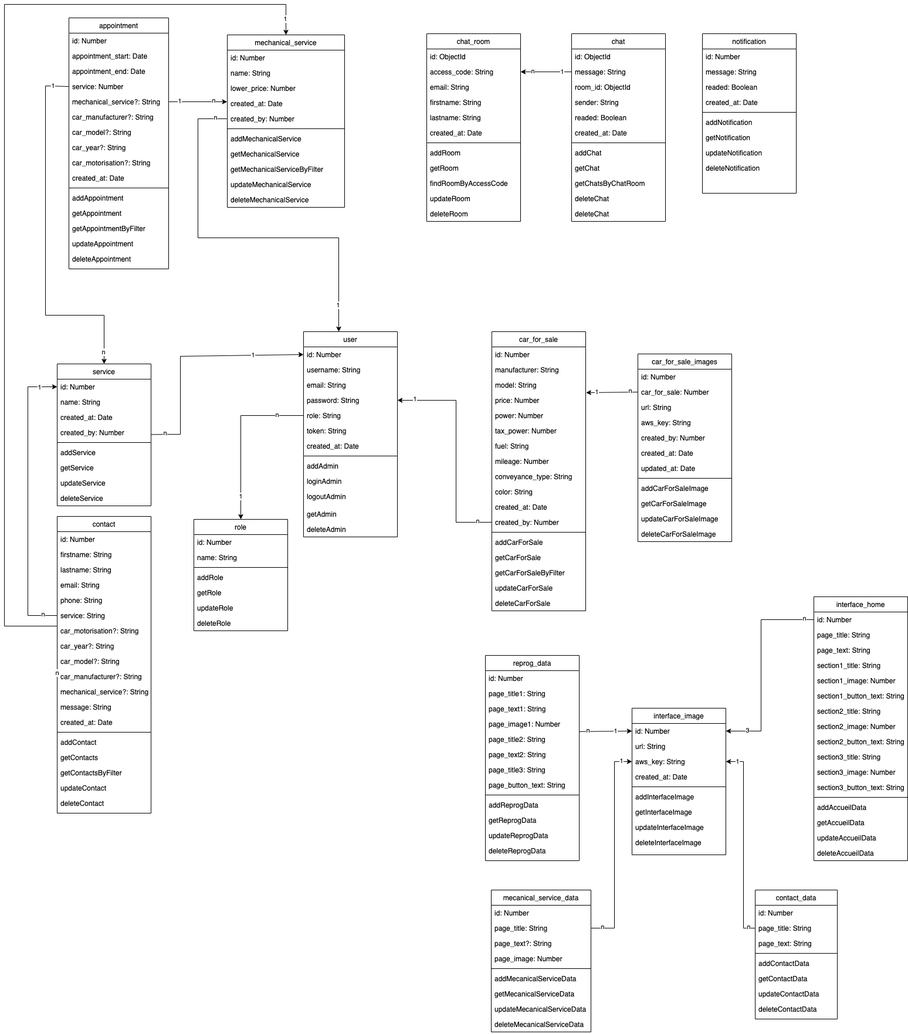
The draw.io diagram documentation/hephaistos-MCD.drawio.png in nsevendev/hephaistos, before a commit. Source tidied: cells renumbered, new cells last; positions are measured from the earlier drawing's top-left corner, leaving out a move shared by most shapes.
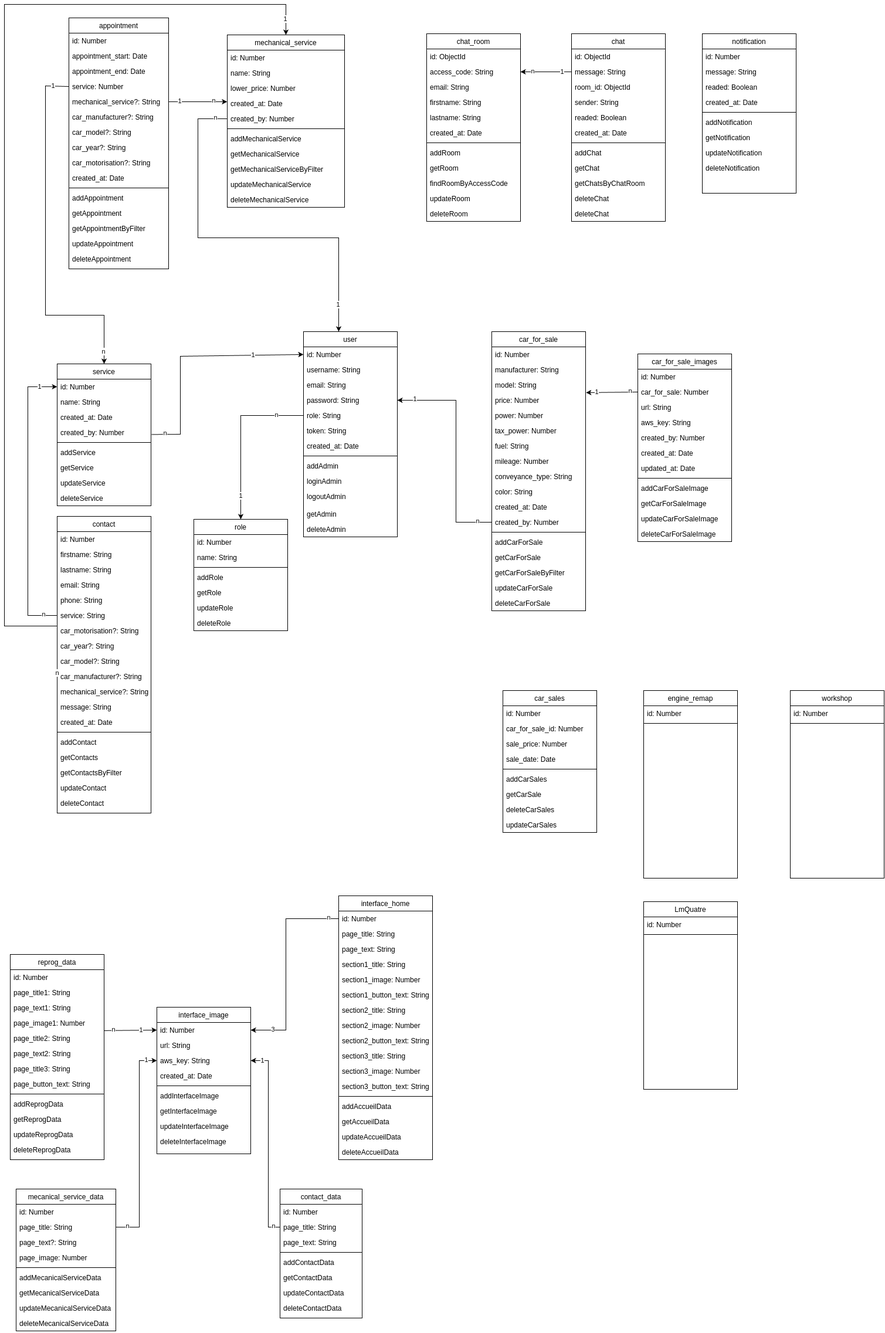
After the commit.

Commit message:
MCD => création entity car_sales

Diff of the diagram source:
```diff
@@ -614,7 +614,7 @@
       </mxGeometry>
     </mxCell>
     <mxCell id="181" value="interface_image" style="swimlane;fontStyle=0;align=center;verticalAlign=top;horizontal=1;startSize=26;rounded=0;shadow=0;strokeWidth=1;" parent="1" vertex="1">
-      <mxGeometry x="1070" y="1200" width="160" height="250" as="geometry" />
+      <mxGeometry x="260" y="1710" width="160" height="250" as="geometry" />
     </mxCell>
     <mxCell id="182" value="id: Number" style="text;align=left;verticalAlign=top;spacingLeft=4;spacingRight=4;overflow=hidden;points=[[0,0.5],[1,0.5]];portConstraint=eastwest;rounded=0;shadow=0;html=0;" parent="181" vertex="1">
       <mxGeometry y="26" width="160" height="26" as="geometry" />
@@ -644,7 +644,7 @@
       <mxGeometry y="216" width="160" height="26" as="geometry" />
     </mxCell>
     <mxCell id="191" value="interface_home" style="swimlane;fontStyle=0;align=center;verticalAlign=top;horizontal=1;startSize=26;rounded=0;shadow=0;strokeWidth=1;" parent="1" vertex="1">
-      <mxGeometry x="1380" y="1010" width="160" height="450" as="geometry" />
+      <mxGeometry x="570" y="1520" width="160" height="450" as="geometry" />
     </mxCell>
     <mxCell id="192" value="id: Number" style="text;align=left;verticalAlign=top;spacingLeft=4;spacingRight=4;overflow=hidden;points=[[0,0.5],[1,0.5]];portConstraint=eastwest;rounded=0;shadow=0;html=0;" parent="191" vertex="1">
       <mxGeometry y="26" width="160" height="26" as="geometry" />
@@ -700,8 +700,8 @@
     <mxCell id="209" style="endArrow=classic;html=1;rounded=0;exitX=0;exitY=0.5;exitDx=0;exitDy=0;entryX=1;entryY=0.5;entryDx=0;entryDy=0;" parent="1" edge="1" source="192" target="182">
       <mxGeometry relative="1" as="geometry">
         <Array as="points">
-          <mxPoint x="1290" y="1049" />
-          <mxPoint x="1290" y="1239" />
+          <mxPoint x="480" y="1559" />
+          <mxPoint x="480" y="1749" />
         </Array>
       </mxGeometry>
     </mxCell>
@@ -716,7 +716,7 @@
       </mxGeometry>
     </mxCell>
     <mxCell id="212" value="reprog_data" style="swimlane;fontStyle=0;align=center;verticalAlign=top;horizontal=1;startSize=26;rounded=0;shadow=0;strokeWidth=1;" parent="1" vertex="1">
-      <mxGeometry x="820" y="1110" width="160" height="350" as="geometry" />
+      <mxGeometry x="10" y="1620" width="160" height="350" as="geometry" />
     </mxCell>
     <mxCell id="213" value="id: Number" style="text;align=left;verticalAlign=top;spacingLeft=4;spacingRight=4;overflow=hidden;rounded=0;shadow=0;html=0;" parent="212" vertex="1">
       <mxGeometry y="26" width="160" height="26" as="geometry" />
@@ -771,7 +771,7 @@
       </mxGeometry>
     </mxCell>
     <mxCell id="229" value="mecanical_service_data" style="swimlane;fontStyle=0;align=center;verticalAlign=top;horizontal=1;startSize=26;rounded=0;shadow=0;strokeWidth=1;" parent="1" vertex="1">
-      <mxGeometry x="830" y="1510" width="170" height="242" as="geometry" />
+      <mxGeometry x="20" y="2020" width="170" height="242" as="geometry" />
     </mxCell>
     <mxCell id="230" value="id: Number" style="text;align=left;verticalAlign=top;spacingLeft=4;spacingRight=4;overflow=hidden;rounded=0;shadow=0;html=0;" parent="229" vertex="1">
       <mxGeometry y="26" width="170" height="26" as="geometry" />
@@ -803,8 +803,8 @@
     <mxCell id="239" style="endArrow=classic;html=1;rounded=0;exitX=1;exitY=0.5;exitDx=0;exitDy=0;entryX=0;entryY=0.5;entryDx=0;entryDy=0;" parent="1" edge="1" source="231" target="184">
       <mxGeometry relative="1" as="geometry">
         <Array as="points">
-          <mxPoint x="1040" y="1575" />
-          <mxPoint x="1040" y="1291" />
+          <mxPoint x="230" y="2085" />
+          <mxPoint x="230" y="1801" />
         </Array>
       </mxGeometry>
     </mxCell>
@@ -817,7 +817,7 @@
       <mxGeometry x="0.89" y="1" relative="1" as="geometry" />
     </mxCell>
     <mxCell id="242" value="contact_data" style="swimlane;fontStyle=0;align=center;verticalAlign=top;horizontal=1;startSize=26;rounded=0;shadow=0;strokeWidth=1;" parent="1" vertex="1">
-      <mxGeometry x="1280" y="1510" width="140" height="220" as="geometry" />
+      <mxGeometry x="470" y="2020" width="140" height="220" as="geometry" />
     </mxCell>
     <mxCell id="243" value="id: Number" style="text;align=left;verticalAlign=top;spacingLeft=4;spacingRight=4;overflow=hidden;rounded=0;shadow=0;html=0;" parent="242" vertex="1">
       <mxGeometry y="26" width="140" height="26" as="geometry" />
@@ -846,8 +846,8 @@
     <mxCell id="251" style="endArrow=classic;html=1;rounded=0;exitX=0;exitY=0.5;exitDx=0;exitDy=0;entryX=1;entryY=0.5;entryDx=0;entryDy=0;" parent="1" edge="1" source="244" target="184">
       <mxGeometry relative="1" as="geometry">
         <Array as="points">
-          <mxPoint x="1260" y="1575" />
-          <mxPoint x="1260" y="1291" />
+          <mxPoint x="450" y="2085" />
+          <mxPoint x="450" y="1801" />
         </Array>
       </mxGeometry>
     </mxCell>
@@ -859,5 +859,62 @@
         <mxPoint x="-3" as="offset" />
       </mxGeometry>
     </mxCell>
+    <mxCell id="254" value="engine_remap" style="swimlane;fontStyle=0;align=center;verticalAlign=top;horizontal=1;startSize=26;rounded=0;shadow=0;strokeWidth=1;" parent="1" vertex="1">
+      <mxGeometry x="1090" y="1170" width="160" height="320" as="geometry" />
+    </mxCell>
+    <mxCell id="255" value="id: Number" style="text;align=left;verticalAlign=top;spacingLeft=4;spacingRight=4;overflow=hidden;rounded=0;shadow=0;html=0;" parent="254" vertex="1">
+      <mxGeometry y="26" width="160" height="26" as="geometry" />
+    </mxCell>
+    <mxCell id="256" style="line;html=1;strokeWidth=1;align=left;verticalAlign=middle;spacingTop=-1;spacingLeft=3;spacingRight=3;labelPosition=right;" parent="254" vertex="1">
+      <mxGeometry y="52" width="160" height="8" as="geometry" />
+    </mxCell>
+    <mxCell id="257" value="car_sales" style="swimlane;fontStyle=0;align=center;verticalAlign=top;horizontal=1;startSize=26;rounded=0;shadow=0;strokeWidth=1;" parent="1" vertex="1">
+      <mxGeometry x="850" y="1170" width="160" height="242" as="geometry" />
+    </mxCell>
+    <mxCell id="258" value="id: Number" style="text;align=left;verticalAlign=top;spacingLeft=4;spacingRight=4;overflow=hidden;rounded=0;shadow=0;html=0;" parent="257" vertex="1">
+      <mxGeometry y="26" width="160" height="26" as="geometry" />
+    </mxCell>
+    <mxCell id="259" value="car_for_sale_id: Number" style="text;align=left;verticalAlign=top;spacingLeft=4;spacingRight=4;overflow=hidden;rounded=0;shadow=0;html=0;" parent="257" vertex="1">
+      <mxGeometry y="52" width="160" height="26" as="geometry" />
+    </mxCell>
+    <mxCell id="260" value="sale_price: Number" style="text;align=left;verticalAlign=top;spacingLeft=4;spacingRight=4;overflow=hidden;rounded=0;shadow=0;html=0;" parent="257" vertex="1">
+      <mxGeometry y="78" width="160" height="26" as="geometry" />
+    </mxCell>
+    <mxCell id="261" value="sale_date: Date" style="text;align=left;verticalAlign=top;spacingLeft=4;spacingRight=4;overflow=hidden;rounded=0;shadow=0;html=0;" parent="257" vertex="1">
+      <mxGeometry y="104" width="160" height="26" as="geometry" />
+    </mxCell>
+    <mxCell id="262" style="line;html=1;strokeWidth=1;align=left;verticalAlign=middle;spacingTop=-1;spacingLeft=3;spacingRight=3;labelPosition=right;" parent="257" vertex="1">
+      <mxGeometry y="130" width="160" height="8" as="geometry" />
+    </mxCell>
+    <mxCell id="263" value="addCarSales" style="text;align=left;verticalAlign=top;spacingLeft=4;spacingRight=4;overflow=hidden;" parent="257" vertex="1">
+      <mxGeometry y="138" width="160" height="26" as="geometry" />
+    </mxCell>
+    <mxCell id="264" value="getCarSale" style="text;align=left;verticalAlign=top;spacingLeft=4;spacingRight=4;overflow=hidden;" parent="257" vertex="1">
+      <mxGeometry y="164" width="160" height="26" as="geometry" />
+    </mxCell>
+    <mxCell id="265" value="deleteCarSales" style="text;align=left;verticalAlign=top;spacingLeft=4;spacingRight=4;overflow=hidden;" parent="257" vertex="1">
+      <mxGeometry y="190" width="160" height="26" as="geometry" />
+    </mxCell>
+    <mxCell id="266" value="updateCarSales" style="text;align=left;verticalAlign=top;spacingLeft=4;spacingRight=4;overflow=hidden;" parent="257" vertex="1">
+      <mxGeometry y="216" width="160" height="26" as="geometry" />
+    </mxCell>
+    <mxCell id="267" value="workshop" style="swimlane;fontStyle=0;align=center;verticalAlign=top;horizontal=1;startSize=26;rounded=0;shadow=0;strokeWidth=1;" parent="1" vertex="1">
+      <mxGeometry x="1340" y="1170" width="160" height="320" as="geometry" />
+    </mxCell>
+    <mxCell id="268" value="id: Number" style="text;align=left;verticalAlign=top;spacingLeft=4;spacingRight=4;overflow=hidden;rounded=0;shadow=0;html=0;" parent="267" vertex="1">
+      <mxGeometry y="26" width="160" height="26" as="geometry" />
+    </mxCell>
+    <mxCell id="269" style="line;html=1;strokeWidth=1;align=left;verticalAlign=middle;spacingTop=-1;spacingLeft=3;spacingRight=3;labelPosition=right;" parent="267" vertex="1">
+      <mxGeometry y="52" width="160" height="8" as="geometry" />
+    </mxCell>
+    <mxCell id="270" value="LmQuatre" style="swimlane;fontStyle=0;align=center;verticalAlign=top;horizontal=1;startSize=26;rounded=0;shadow=0;strokeWidth=1;" parent="1" vertex="1">
+      <mxGeometry x="1090" y="1530" width="160" height="320" as="geometry" />
+    </mxCell>
+    <mxCell id="271" value="id: Number" style="text;align=left;verticalAlign=top;spacingLeft=4;spacingRight=4;overflow=hidden;rounded=0;shadow=0;html=0;" parent="270" vertex="1">
+      <mxGeometry y="26" width="160" height="26" as="geometry" />
+    </mxCell>
+    <mxCell id="272" style="line;html=1;strokeWidth=1;align=left;verticalAlign=middle;spacingTop=-1;spacingLeft=3;spacingRight=3;labelPosition=right;" parent="270" vertex="1">
+      <mxGeometry y="52" width="160" height="8" as="geometry" />
+    </mxCell>
   </root>
 </mxGraphModel>
```
